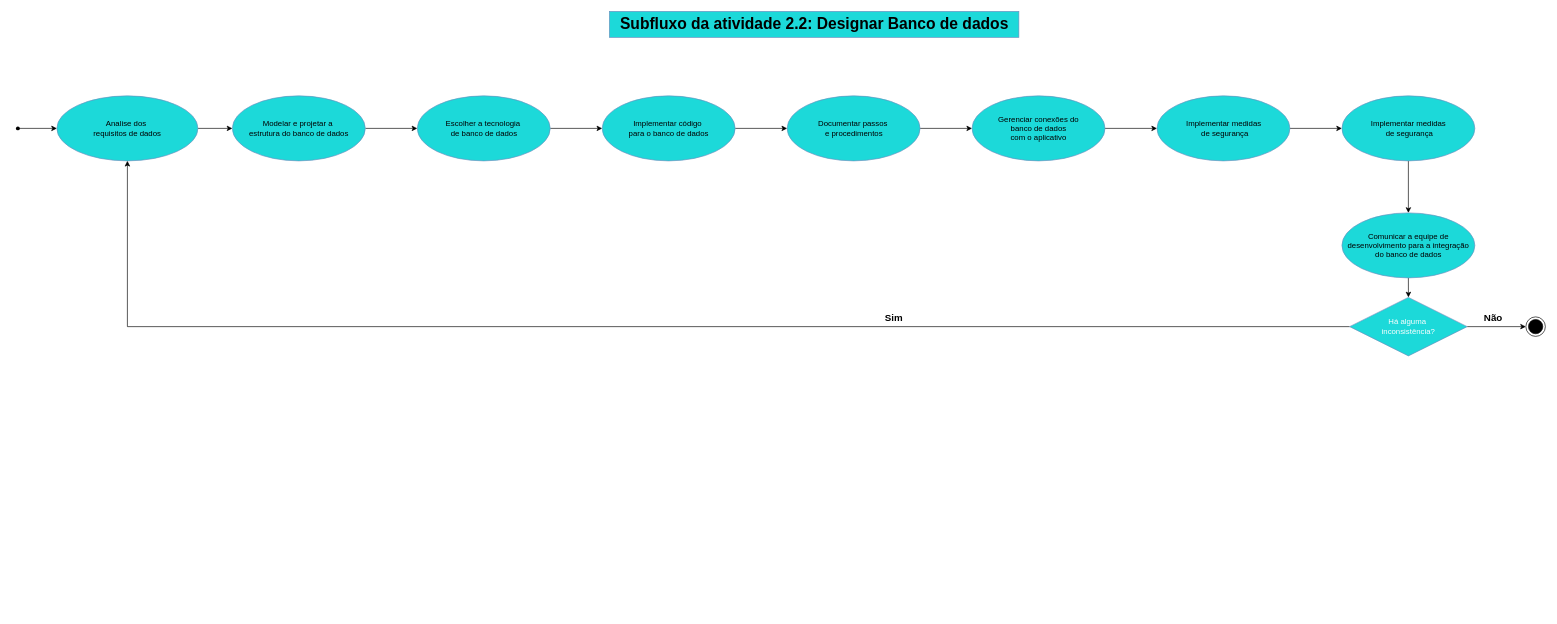
The draw.io diagram page "Subfluxo das atividades em desenvolvimento(3)" (5 of 8) of Diagrama sem nome.drawio in helloisasilva/Processo-de-engenharia-de-software-para-App-mobile, before the edit. Source tidied: cells renumbered, new cells numbered last; positions are measured from the earlier drawing's top-left corner, leaving out a move shared by most shapes. Both pictures are drawn from the tidied source at 65%, with x=0, y=0 at pixel (11, 11).
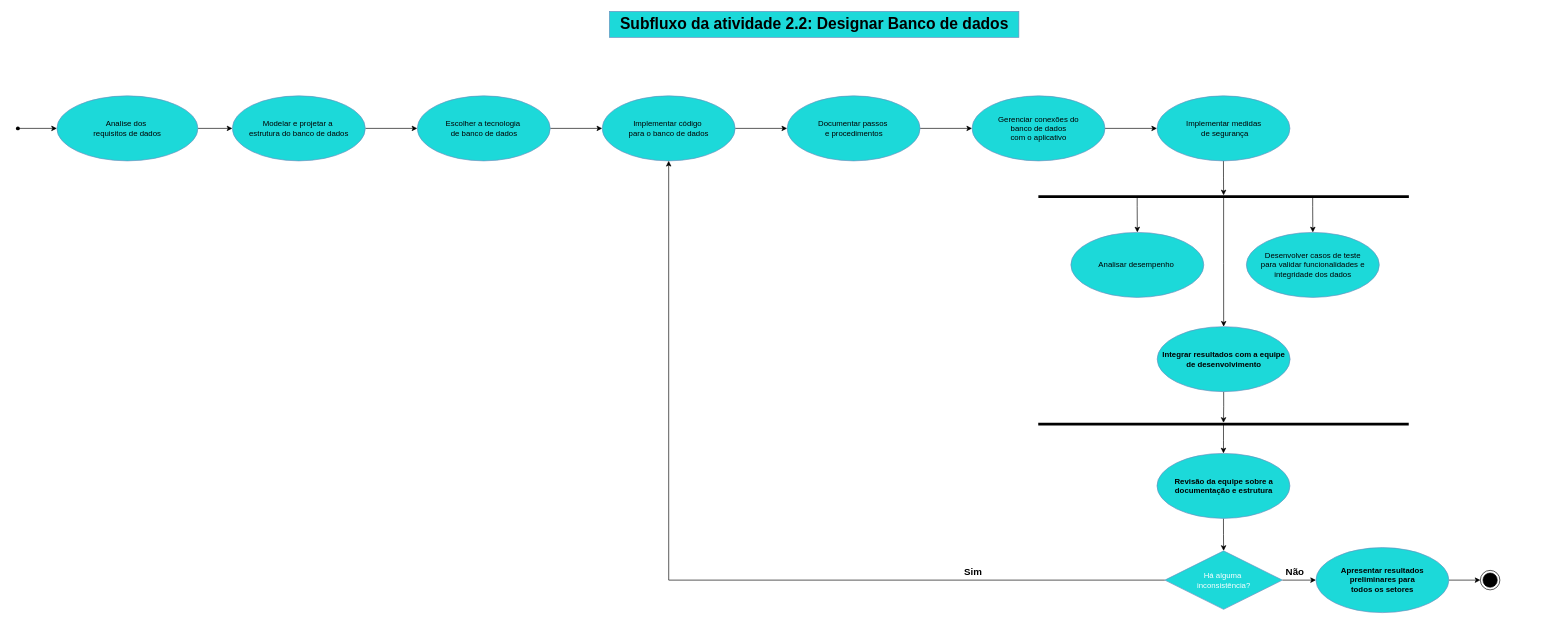
After the change.

Commit message (it also covers changes not shown here):
Finalizacao do teste

Unchanged cells that the change refers to:
```xml
<mxCell id="3" value="Analise dos&amp;nbsp;&lt;div&gt;requisitos de dados&lt;/div&gt;" style="ellipse;whiteSpace=wrap;html=1;fillColor=#1CD9D9;strokeColor=#6c8ebf;" parent="1" vertex="1">
  <mxGeometry x="70" y="130" width="217" height="100" as="geometry" />
</mxCell>
<mxCell id="11" value="Implementar código&amp;nbsp;&lt;div&gt;para o banco de dados&lt;/div&gt;" style="ellipse;whiteSpace=wrap;html=1;fillColor=#1CD9D9;strokeColor=#6c8ebf;" parent="1" vertex="1">
  <mxGeometry x="909" y="130" width="204.5" height="100" as="geometry" />
</mxCell>
<mxCell id="17" value="&lt;div&gt;Implementar medidas&lt;/div&gt;&lt;div&gt;&amp;nbsp;de segurança&lt;br&gt;&lt;/div&gt;" style="ellipse;whiteSpace=wrap;html=1;fillColor=#1CD9D9;strokeColor=#6c8ebf;" parent="1" vertex="1">
  <mxGeometry x="1762.5" y="130" width="204.5" height="100" as="geometry" />
</mxCell>
```

Diff of the diagram source:
```diff
@@
-    <mxCell id="16" style="edgeStyle=orthogonalEdgeStyle;rounded=0;jettySize=auto;html=1;" parent="1" edge="1" source="17" target="19">
-      <mxGeometry relative="1" as="geometry" />
-    </mxCell>
+    <mxCell id="29" style="edgeStyle=orthogonalEdgeStyle;rounded=0;jettySize=auto;html=1;" parent="1" edge="1" source="17" target="35">
+      <mxGeometry relative="1" as="geometry" />
+    </mxCell>
@@
-    <mxCell id="18" style="edgeStyle=orthogonalEdgeStyle;rounded=0;jettySize=auto;html=1;" parent="1" edge="1" source="19" target="21">
-      <mxGeometry relative="1" as="geometry" />
-    </mxCell>
-    <mxCell id="19" value="&lt;div&gt;Implementar medidas&lt;/div&gt;&lt;div&gt;&amp;nbsp;de segurança&lt;br&gt;&lt;/div&gt;" style="ellipse;whiteSpace=wrap;html=1;fillColor=#1CD9D9;strokeColor=#6c8ebf;" parent="1" vertex="1">
-      <mxGeometry x="2047" y="130" width="204.5" height="100" as="geometry" />
-    </mxCell>
@@
-    <mxCell id="21" value="&lt;div&gt;Comunicar a equipe de desenvolvimento para a integração do banco de dados&lt;/div&gt;" style="ellipse;whiteSpace=wrap;html=1;fillColor=#1CD9D9;strokeColor=#6c8ebf;" parent="1" vertex="1">
-      <mxGeometry x="2047" y="310" width="204.5" height="100" as="geometry" />
+    <mxCell id="21" value="&lt;b&gt;Revisão da equipe sobre a documentação e estrutura&lt;/b&gt;" style="ellipse;whiteSpace=wrap;html=1;fillColor=#1CD9D9;strokeColor=#6c8ebf;" parent="1" vertex="1">
+      <mxGeometry x="1762.5" y="680" width="204.5" height="100" as="geometry" />
     </mxCell>
-    <mxCell id="22" style="edgeStyle=orthogonalEdgeStyle;rounded=0;jettySize=auto;html=1;entryX=0.5;entryY=1;entryDx=0;entryDy=0;" parent="1" edge="1" source="24" target="3">
-      <mxGeometry relative="1" as="geometry" />
-    </mxCell>
-    <mxCell id="23" style="edgeStyle=orthogonalEdgeStyle;rounded=0;jettySize=auto;html=1;" parent="1" edge="1" source="24" target="27">
-      <mxGeometry relative="1" as="geometry" />
-    </mxCell>
+    <mxCell id="30" style="edgeStyle=orthogonalEdgeStyle;rounded=0;jettySize=auto;html=1;entryX=0.5;entryY=1;entryDx=0;entryDy=0;" parent="1" edge="1" source="24" target="11">
+      <mxGeometry relative="1" as="geometry" />
+    </mxCell>
+    <mxCell id="31" style="edgeStyle=orthogonalEdgeStyle;rounded=0;jettySize=auto;html=1;" parent="1" edge="1" source="24" target="43">
+      <mxGeometry relative="1" as="geometry" />
+    </mxCell>
     <mxCell id="24" value="&lt;font&gt;Há alguma&amp;nbsp;&lt;/font&gt;&lt;div&gt;&lt;font&gt;inconsistência?&lt;/font&gt;&lt;/div&gt;" style="rhombus;whiteSpace=wrap;html=1;fillColor=#1CD9D9;strokeColor=#6c8ebf;fontColor=#FFFFFF;" parent="1" vertex="1">
-      <mxGeometry x="2058.9" y="440" width="180.8" height="90" as="geometry" />
+      <mxGeometry x="1774.6" y="830" width="180.8" height="90" as="geometry" />
     </mxCell>
     <mxCell id="25" value="&lt;font style=&quot;font-size: 15px;&quot;&gt;&lt;b&gt;Sim&lt;/b&gt;&lt;/font&gt;" style="text;html=1;strokeColor=none;fillColor=none;align=center;verticalAlign=middle;whiteSpace=wrap;overflow=hidden;" parent="1" vertex="1">
-      <mxGeometry x="1318" y="460" width="80" height="20" as="geometry" />
+      <mxGeometry x="1440" y="850" width="80" height="20" as="geometry" />
     </mxCell>
     <mxCell id="26" value="&lt;font style=&quot;font-size: 15px;&quot;&gt;&lt;b&gt;Não&lt;/b&gt;&lt;/font&gt;" style="text;html=1;strokeColor=none;fillColor=none;align=center;verticalAlign=middle;whiteSpace=wrap;overflow=hidden;" parent="1" vertex="1">
-      <mxGeometry x="2260" y="460" width="40" height="20" as="geometry" />
+      <mxGeometry x="1955.4" y="850" width="40" height="20" as="geometry" />
     </mxCell>
     <mxCell id="27" style="ellipse;html=1;shape=endState;fillColor=strokeColor;" parent="1" vertex="1">
-      <mxGeometry x="2330" y="470" width="30" height="30" as="geometry" />
+      <mxGeometry x="2260" y="860" width="30" height="30" as="geometry" />
     </mxCell>
@@
+    <mxCell id="32" style="edgeStyle=orthogonalEdgeStyle;rounded=0;jettySize=auto;html=1;entryX=0.5;entryY=0;entryDx=0;entryDy=0;" parent="1" edge="1" source="35" target="36">
+      <mxGeometry relative="1" as="geometry">
+        <Array as="points">
+          <mxPoint x="1732" y="300" />
+          <mxPoint x="1732" y="300" />
+        </Array>
+      </mxGeometry>
+    </mxCell>
+    <mxCell id="33" style="edgeStyle=orthogonalEdgeStyle;rounded=0;jettySize=auto;html=1;entryX=0.5;entryY=0;entryDx=0;entryDy=0;" parent="1" edge="1" source="35" target="37">
+      <mxGeometry relative="1" as="geometry">
+        <Array as="points">
+          <mxPoint x="2002" y="300" />
+          <mxPoint x="2002" y="300" />
+        </Array>
+      </mxGeometry>
+    </mxCell>
+    <mxCell id="34" style="edgeStyle=orthogonalEdgeStyle;rounded=0;jettySize=auto;html=1;entryX=0.5;entryY=0;entryDx=0;entryDy=0;" parent="1" edge="1" source="35" target="41">
+      <mxGeometry relative="1" as="geometry" />
+    </mxCell>
+    <mxCell id="35" style="line;strokeWidth=4;html=1;perimeter=backbonePerimeter;points=[];outlineConnect=0;" parent="1" vertex="1">
+      <mxGeometry x="1580" y="280" width="570" height="10" as="geometry" />
+    </mxCell>
+    <mxCell id="36" value="&lt;div&gt;Analisar desempe&lt;span style=&quot;background-color: initial;&quot;&gt;nho&amp;nbsp;&lt;/span&gt;&lt;/div&gt;" style="ellipse;whiteSpace=wrap;html=1;fillColor=#1CD9D9;strokeColor=#6c8ebf;" parent="1" vertex="1">
+      <mxGeometry x="1630" y="340" width="204.5" height="100" as="geometry" />
+    </mxCell>
+    <mxCell id="37" value="&lt;div&gt;Desenvolver casos de teste&lt;/div&gt;&lt;div&gt;para validar funcionalidades e&lt;/div&gt;&lt;div&gt;integridade dos dados&lt;/div&gt;" style="ellipse;whiteSpace=wrap;html=1;fillColor=#1CD9D9;strokeColor=#6c8ebf;" parent="1" vertex="1">
+      <mxGeometry x="1900" y="340" width="204.5" height="100" as="geometry" />
+    </mxCell>
+    <mxCell id="38" style="edgeStyle=orthogonalEdgeStyle;rounded=0;jettySize=auto;html=1;" parent="1" edge="1" source="39" target="21">
+      <mxGeometry relative="1" as="geometry" />
+    </mxCell>
+    <mxCell id="39" style="line;strokeWidth=4;html=1;perimeter=backbonePerimeter;points=[];outlineConnect=0;" parent="1" vertex="1">
+      <mxGeometry x="1579.8" y="630" width="570" height="10" as="geometry" />
+    </mxCell>
+    <mxCell id="40" style="edgeStyle=orthogonalEdgeStyle;rounded=0;jettySize=auto;html=1;" parent="1" edge="1" source="41" target="39">
+      <mxGeometry relative="1" as="geometry" />
+    </mxCell>
+    <mxCell id="41" value="&lt;b&gt;Integrar resultados com a equipe de desenvolvimento&lt;/b&gt;" style="ellipse;whiteSpace=wrap;html=1;fillColor=#1CD9D9;strokeColor=#6c8ebf;" parent="1" vertex="1">
+      <mxGeometry x="1762.8" y="485" width="204.5" height="100" as="geometry" />
+    </mxCell>
+    <mxCell id="42" style="edgeStyle=orthogonalEdgeStyle;rounded=0;jettySize=auto;html=1;" parent="1" edge="1" source="43" target="27">
+      <mxGeometry relative="1" as="geometry" />
+    </mxCell>
+    <mxCell id="43" value="&lt;b&gt;Apresentar resultados&lt;/b&gt;&lt;div&gt;&lt;b&gt;&amp;nbsp;preliminares para&amp;nbsp;&lt;/b&gt;&lt;/div&gt;&lt;div&gt;&lt;b&gt;todos os setores&lt;/b&gt;&lt;/div&gt;" style="ellipse;whiteSpace=wrap;html=1;fillColor=#1CD9D9;strokeColor=#6c8ebf;" parent="1" vertex="1">
+      <mxGeometry x="2007" y="825" width="204.5" height="100" as="geometry" />
+    </mxCell>
```
